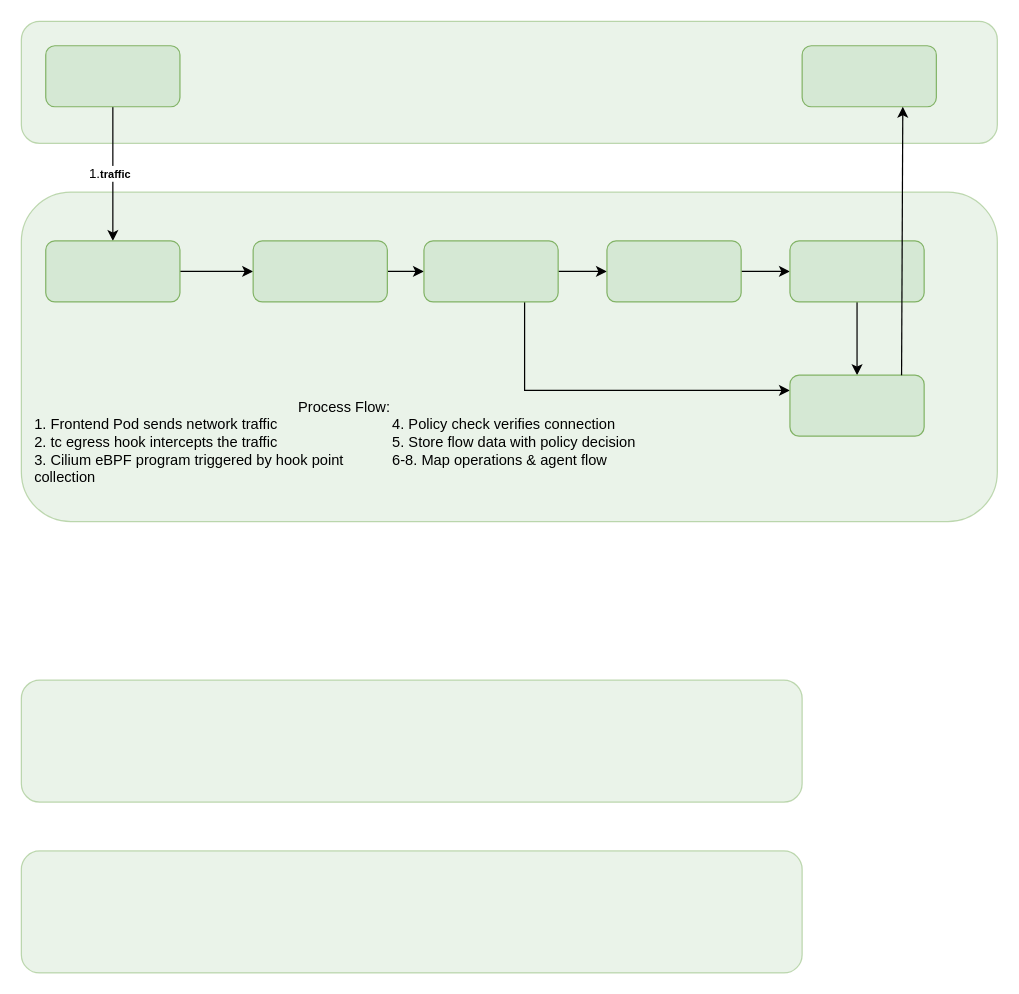
The draw.io diagram Cilium_eBPF/Cilium eBPF.drawio in abdullah-4Mohammed/eBPF_diagrams_Html, before the edit. Source tidied: cells renumbered, new cells numbered last; positions are measured from the earlier drawing's top-left corner, leaving out a move shared by most shapes. Both pictures are drawn from the tidied source at 122%, with x=0, y=0 at pixel (21, 21).
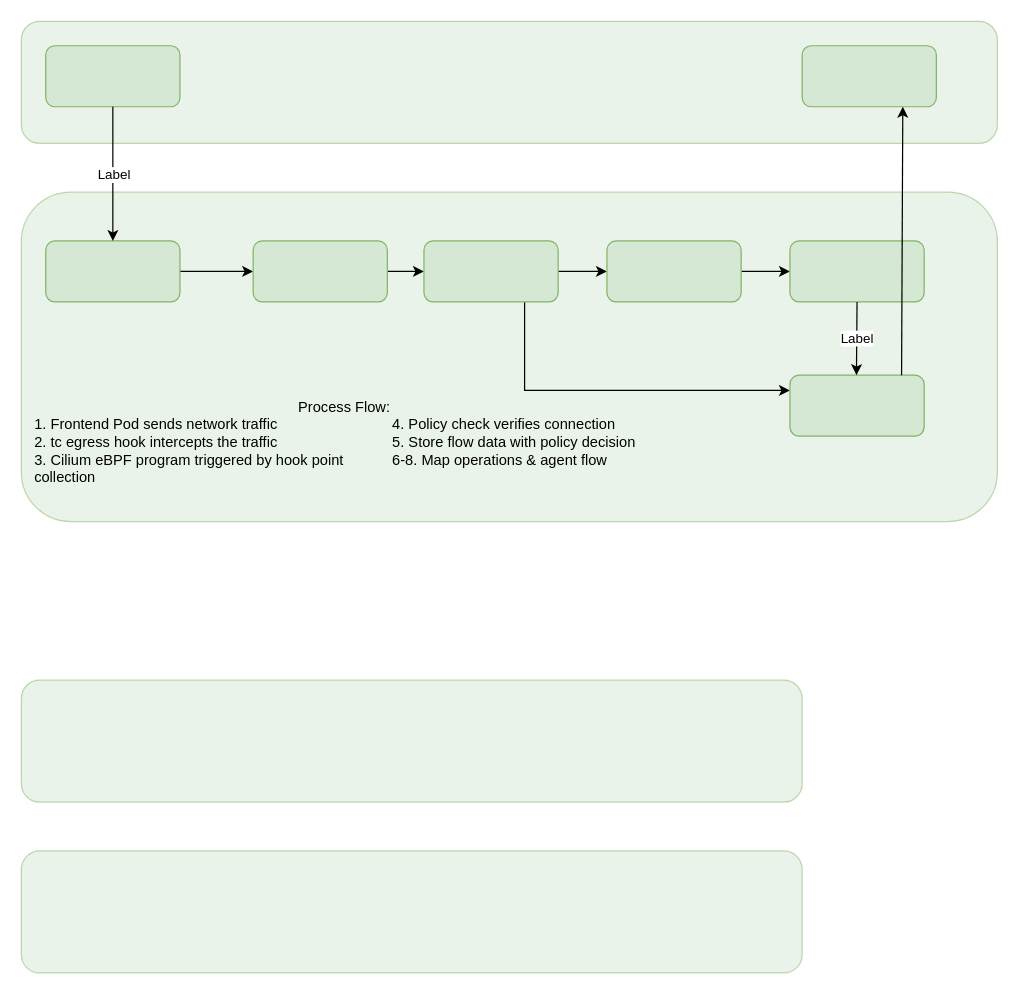
Above is the later version.

Unchanged cells that the change refers to:
```xml
<mxCell id="8" style="rounded=1;whiteSpace=wrap;html=1;fillColor=#d5e8d4;strokeColor=#82b366;" parent="1" vertex="1">
  <mxGeometry x="20" y="20" width="110" height="50" as="geometry" />
</mxCell>
<mxCell id="11" style="rounded=1;whiteSpace=wrap;html=1;fillColor=#d5e8d4;strokeColor=#82b366;" parent="1" vertex="1">
  <mxGeometry x="20" y="180" width="110" height="50" as="geometry" />
</mxCell>
<mxCell id="20" style="rounded=1;whiteSpace=wrap;html=1;fillColor=#d5e8d4;strokeColor=#82b366;" parent="1" vertex="1">
  <mxGeometry x="630" y="290" width="110" height="50" as="geometry" />
</mxCell>
<mxCell id="22" style="rounded=1;whiteSpace=wrap;html=1;fillColor=#d5e8d4;strokeColor=#82b366;" parent="1" vertex="1">
  <mxGeometry x="630" y="180" width="110" height="50" as="geometry" />
</mxCell>
```

Diff of the diagram source:
```diff
@@
-    <mxCell id="6" style="edgeStyle=orthogonalEdgeStyle;rounded=0;jettySize=auto;html=1;" parent="1" edge="1" source="8" target="11">
-      <mxGeometry relative="1" as="geometry" />
-    </mxCell>
-    <mxCell id="7" value="1.&lt;span style=&quot;font-family: Arial, sans-serif; font-size: 9px; font-weight: 700; text-align: start;&quot;&gt;traffic&lt;/span&gt;&amp;nbsp;" style="edgeLabel;html=1;align=center;verticalAlign=middle;" parent="6" vertex="1">
-      <mxGeometry x="-0.02" y="-2" relative="1" as="geometry" />
-    </mxCell>
@@
-    <mxCell id="19" style="edgeStyle=orthogonalEdgeStyle;rounded=0;jettySize=auto;html=1;" parent="1" edge="1" source="22" target="20">
-      <mxGeometry relative="1" as="geometry" />
-    </mxCell>
@@
+    <mxCell id="6" style="endArrow=classic;html=1;rounded=0;entryX=0.5;entryY=0;entryDx=0;entryDy=0;exitX=0.5;exitY=1;exitDx=0;exitDy=0;" parent="1" edge="1" source="8" target="11">
+      <mxGeometry relative="1" as="geometry" />
+    </mxCell>
+    <mxCell id="24" value="Label" style="edgeLabel;html=1;align=center;verticalAlign=middle;" parent="6" vertex="1">
+      <mxGeometry relative="1" as="geometry" />
+    </mxCell>
+    <mxCell id="25" style="endArrow=classic;html=1;rounded=0;entryX=0.5;entryY=0;entryDx=0;entryDy=0;" parent="1" edge="1">
+      <mxGeometry relative="1" as="geometry">
+        <mxPoint x="685" y="230" as="sourcePoint" />
+        <mxPoint x="684.5" y="290" as="targetPoint" />
+      </mxGeometry>
+    </mxCell>
+    <mxCell id="26" value="Label" style="edgeLabel;html=1;align=center;verticalAlign=middle;" parent="25" vertex="1">
+      <mxGeometry relative="1" as="geometry" />
+    </mxCell>
```
